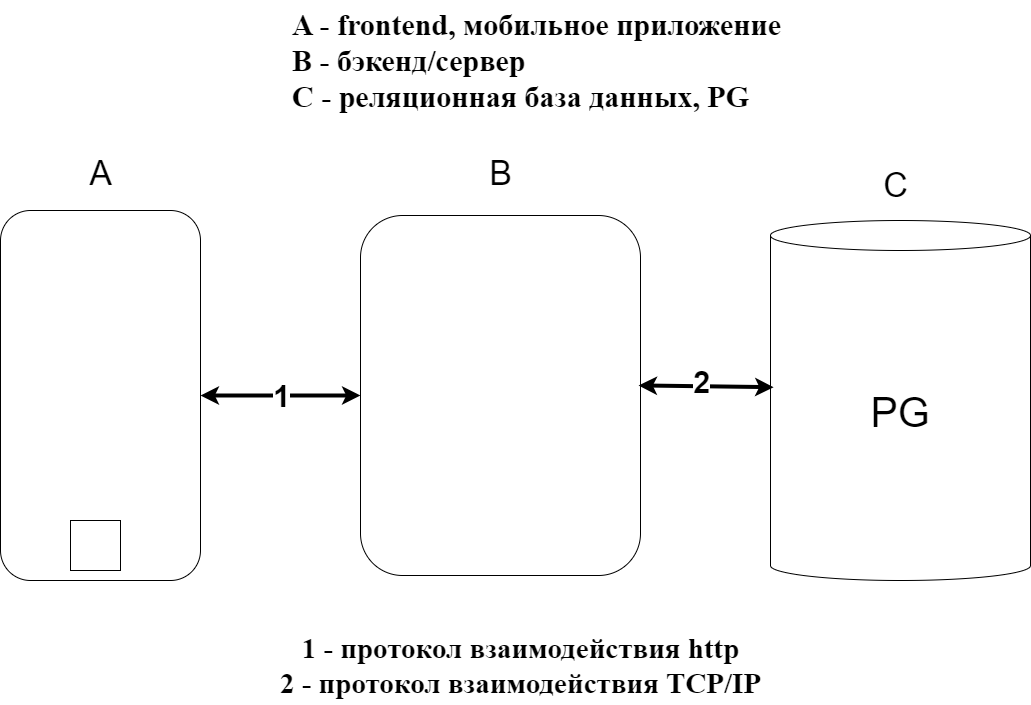
abdullahproff/BSA21_1 keeps this draw.io diagram as Mukhametyanova_Nargiza/Architecture/Architecture.png. Above is the earlier version. Source tidied: cells renumbered, new cells last; positions are measured from the earlier drawing's top-left corner, leaving out a move shared by most shapes.
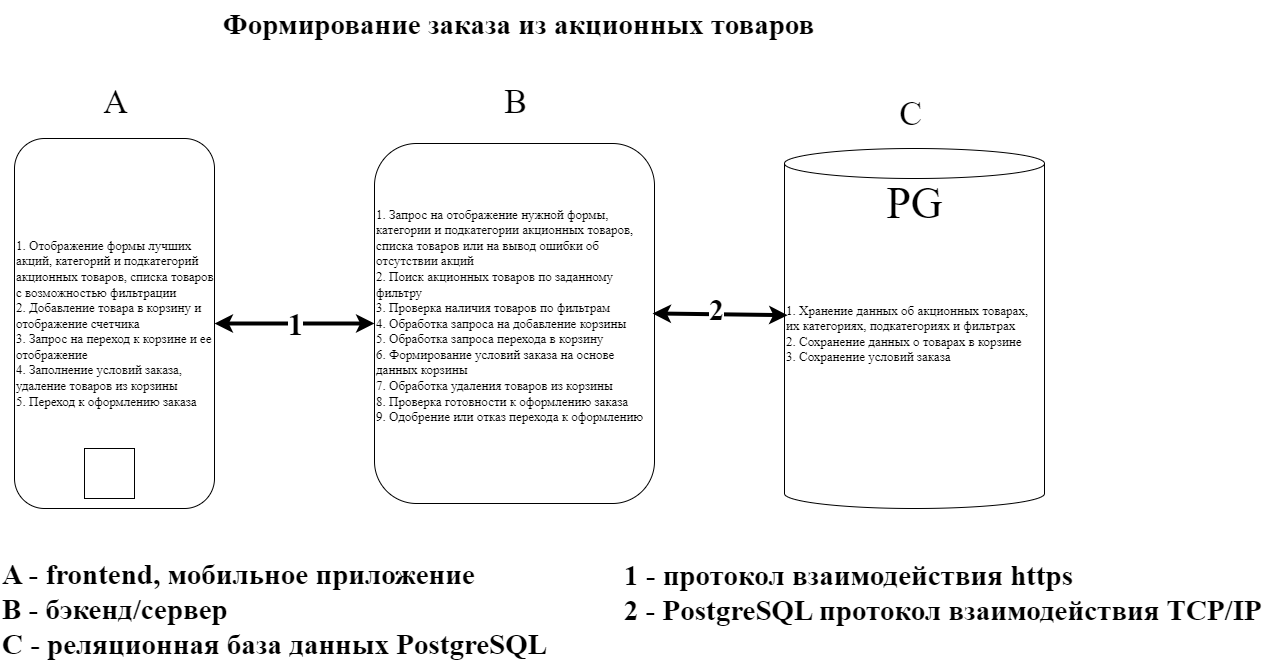
The same diagram one commit later.

Commit message:
Architecture approved

What changed in the source:
```diff
@@ -2,28 +2,28 @@
   <root>
     <mxCell id="0" style="html=1;" />
     <mxCell id="1" style="html=1;" parent="0" />
-    <mxCell id="2" style="rounded=1;whiteSpace=wrap;html=1;" parent="1" vertex="1">
+    <mxCell id="2" value="&lt;font face=&quot;Times New Roman&quot; style=&quot;font-size: 13px;&quot;&gt;1. Отображение формы лучших акций, категорий и подкатегорий акционных товаров, списка товаров с возможностью фильтрации&lt;/font&gt;&lt;div&gt;&lt;font face=&quot;Times New Roman&quot; style=&quot;font-size: 13px;&quot;&gt;2. Добавление товара в корзину и отображение счетчика&lt;/font&gt;&lt;/div&gt;&lt;div&gt;&lt;font face=&quot;Times New Roman&quot; style=&quot;font-size: 13px;&quot;&gt;3. Запрос на переход к корзине и ее отображение&lt;/font&gt;&lt;/div&gt;&lt;div&gt;&lt;font face=&quot;Times New Roman&quot; style=&quot;font-size: 13px;&quot;&gt;4. Заполнение условий заказа, удаление товаров из корзины&lt;/font&gt;&lt;/div&gt;&lt;div&gt;&lt;font face=&quot;Times New Roman&quot; style=&quot;font-size: 13px;&quot;&gt;5. Переход к оформлению заказа&lt;/font&gt;&lt;/div&gt;" style="rounded=1;whiteSpace=wrap;html=1;align=left;" parent="1" vertex="1">
       <mxGeometry y="210" width="200" height="370" as="geometry" />
     </mxCell>
-    <mxCell id="3" style="rounded=1;whiteSpace=wrap;html=1;" parent="1" vertex="1">
+    <mxCell id="3" value="&lt;font style=&quot;font-size: 13px;&quot; face=&quot;Times New Roman&quot;&gt;1. Запрос на отображение нужной формы, категории и подкатегории акционных товаров, списка товаров или на вывод ошибки об отсутствии акций&lt;/font&gt;&lt;div style=&quot;font-size: 13px;&quot;&gt;&lt;font style=&quot;font-size: 13px;&quot; face=&quot;Times New Roman&quot;&gt;2. Поиск акционных товаров по заданному фильтру&lt;/font&gt;&lt;/div&gt;&lt;div style=&quot;font-size: 13px;&quot;&gt;&lt;font style=&quot;font-size: 13px;&quot; face=&quot;Times New Roman&quot;&gt;3. Проверка наличия товаров по фильтрам&lt;/font&gt;&lt;/div&gt;&lt;div style=&quot;font-size: 13px;&quot;&gt;&lt;font style=&quot;font-size: 13px;&quot; face=&quot;Times New Roman&quot;&gt;4. Обработка запроса на добавление корзины&lt;/font&gt;&lt;/div&gt;&lt;div style=&quot;font-size: 13px;&quot;&gt;&lt;font style=&quot;font-size: 13px;&quot; face=&quot;Times New Roman&quot;&gt;5. Обработка запроса перехода в корзину&amp;nbsp;&lt;/font&gt;&lt;/div&gt;&lt;div style=&quot;font-size: 13px;&quot;&gt;&lt;font style=&quot;font-size: 13px;&quot; face=&quot;Times New Roman&quot;&gt;6. Формирование условий заказа на основе данных корзины&lt;/font&gt;&lt;/div&gt;&lt;div style=&quot;font-size: 13px;&quot;&gt;&lt;font style=&quot;font-size: 13px;&quot; face=&quot;Times New Roman&quot;&gt;7. Обработка удаления товаров из корзины&lt;/font&gt;&lt;/div&gt;&lt;div style=&quot;font-size: 13px;&quot;&gt;&lt;font style=&quot;font-size: 13px;&quot; face=&quot;Times New Roman&quot;&gt;8. Проверка готовности к оформлению заказа&lt;/font&gt;&lt;/div&gt;&lt;div style=&quot;font-size: 13px;&quot;&gt;&lt;font style=&quot;font-size: 13px;&quot; face=&quot;Times New Roman&quot;&gt;9. Одобрение или отказ перехода к оформлению&lt;br&gt;&lt;/font&gt;&lt;div&gt;&lt;br&gt;&lt;/div&gt;&lt;/div&gt;" style="rounded=1;whiteSpace=wrap;html=1;align=left;" parent="1" vertex="1">
       <mxGeometry x="360" y="215" width="280" height="360" as="geometry" />
     </mxCell>
-    <mxCell id="4" value="&lt;font style=&quot;font-size: 41px;&quot;&gt;PG&lt;/font&gt;" style="shape=cylinder3;whiteSpace=wrap;html=1;boundedLbl=1;backgroundOutline=1;size=15;" parent="1" vertex="1">
+    <mxCell id="4" value="&lt;font style=&quot;font-size: 13px;&quot; face=&quot;Times New Roman&quot;&gt;1. Хранение данных об акционных товарах, их категориях, подкатегориях и фильтрах&lt;/font&gt;&lt;div style=&quot;font-size: 13px;&quot;&gt;&lt;font face=&quot;iy6kp83bROatx9XoBOjP&quot;&gt;2. Сохранение данных о товарах в корзине&lt;/font&gt;&lt;/div&gt;&lt;div style=&quot;font-size: 13px;&quot;&gt;&lt;font face=&quot;iy6kp83bROatx9XoBOjP&quot;&gt;3. Сохранение условий заказа&lt;/font&gt;&lt;/div&gt;&lt;div style=&quot;font-size: 13px;&quot;&gt;&lt;br&gt;&lt;/div&gt;" style="shape=cylinder3;whiteSpace=wrap;html=1;boundedLbl=1;backgroundOutline=1;size=15;align=left;" parent="1" vertex="1">
       <mxGeometry x="770" y="220" width="260" height="360" as="geometry" />
     </mxCell>
-    <mxCell id="5" value="&lt;font style=&quot;font-size: 34px;&quot;&gt;A&lt;/font&gt;" style="text;html=1;align=center;verticalAlign=middle;strokeColor=none;fillColor=none;" parent="1" vertex="1">
-      <mxGeometry x="75" y="148" width="50" height="50" as="geometry" />
+    <mxCell id="5" value="&lt;font face=&quot;Times New Roman&quot; style=&quot;font-size: 34px;&quot;&gt;A&lt;/font&gt;" style="text;html=1;align=center;verticalAlign=middle;strokeColor=none;fillColor=none;" parent="1" vertex="1">
+      <mxGeometry x="79" y="147" width="43" height="53" as="geometry" />
     </mxCell>
-    <mxCell id="6" value="&lt;font style=&quot;font-size: 34px;&quot;&gt;B&lt;/font&gt;" style="text;html=1;align=center;verticalAlign=middle;strokeColor=none;fillColor=none;" parent="1" vertex="1">
-      <mxGeometry x="475" y="148" width="50" height="50" as="geometry" />
+    <mxCell id="6" value="&lt;font face=&quot;Times New Roman&quot; style=&quot;font-size: 34px;&quot;&gt;B&lt;/font&gt;" style="text;html=1;align=center;verticalAlign=middle;strokeColor=none;fillColor=none;" parent="1" vertex="1">
+      <mxGeometry x="480" y="147" width="41" height="53" as="geometry" />
     </mxCell>
-    <mxCell id="7" value="&lt;font style=&quot;font-size: 34px;&quot;&gt;C&lt;/font&gt;" style="text;html=1;align=center;verticalAlign=middle;strokeColor=none;fillColor=none;" parent="1" vertex="1">
-      <mxGeometry x="870" y="160" width="50" height="50" as="geometry" />
+    <mxCell id="7" value="&lt;font face=&quot;Times New Roman&quot; style=&quot;font-size: 34px;&quot;&gt;C&lt;/font&gt;" style="text;html=1;align=center;verticalAlign=middle;strokeColor=none;fillColor=none;" parent="1" vertex="1">
+      <mxGeometry x="875" y="159" width="41" height="53" as="geometry" />
     </mxCell>
     <mxCell id="8" style="endArrow=classic;startArrow=classic;html=1;rounded=0;exitX=1;exitY=0.5;exitDx=0;exitDy=0;entryX=0;entryY=0.5;entryDx=0;entryDy=0;strokeWidth=4;" parent="1" edge="1" source="2" target="3">
       <mxGeometry relative="1" as="geometry" />
     </mxCell>
-    <mxCell id="9" value="&lt;font style=&quot;font-size: 31px;&quot;&gt;&lt;b&gt;1&lt;/b&gt;&lt;/font&gt;" style="edgeLabel;html=1;align=center;verticalAlign=middle;" parent="8" vertex="1">
+    <mxCell id="9" value="&lt;font style=&quot;font-size: 31px;&quot;&gt;&lt;b&gt;1&lt;/b&gt;&lt;/font&gt;" style="edgeLabel;html=1;align=center;verticalAlign=middle;fontFamily=Times New Roman;" parent="8" vertex="1">
       <mxGeometry x="0.05" y="1" relative="1" as="geometry">
         <mxPoint x="-4" y="1" as="offset" />
       </mxGeometry>
@@ -31,7 +31,7 @@
     <mxCell id="10" style="endArrow=classic;startArrow=classic;html=1;rounded=0;entryX=0.012;entryY=0.463;entryDx=0;entryDy=0;entryPerimeter=0;strokeWidth=4;exitX=0.993;exitY=0.472;exitDx=0;exitDy=0;exitPerimeter=0;" parent="1" edge="1" source="3" target="4">
       <mxGeometry relative="1" as="geometry" />
     </mxCell>
-    <mxCell id="11" value="&lt;font size=&quot;1&quot; style=&quot;&quot;&gt;&lt;b style=&quot;font-size: 30px;&quot;&gt;2&lt;/b&gt;&lt;/font&gt;" style="edgeLabel;html=1;align=center;verticalAlign=middle;" parent="10" vertex="1">
+    <mxCell id="11" value="&lt;font style=&quot;&quot; size=&quot;1&quot;&gt;&lt;b style=&quot;font-size: 30px;&quot;&gt;2&lt;/b&gt;&lt;/font&gt;" style="edgeLabel;html=1;align=center;verticalAlign=middle;fontFamily=Times New Roman;" parent="10" vertex="1">
       <mxGeometry x="0.14" y="-2" relative="1" as="geometry">
         <mxPoint x="-14" y="-7" as="offset" />
       </mxGeometry>
@@ -39,11 +39,17 @@
     <mxCell id="12" style="whiteSpace=wrap;html=1;" parent="1" vertex="1">
       <mxGeometry x="70" y="520" width="50" height="50" as="geometry" />
     </mxCell>
-    <mxCell id="13" value="&lt;font face=&quot;Times New Roman&quot; style=&quot;font-size: 30px;&quot;&gt;&lt;b&gt;A - frontend, мобильное приложение&lt;/b&gt;&lt;/font&gt;&lt;div style=&quot;font-size: 30px;&quot;&gt;&lt;font face=&quot;aw40Hw0C_Zgaz-Kg1HYq&quot; style=&quot;font-size: 30px;&quot;&gt;&lt;b&gt;B - бэкенд/сервер&lt;/b&gt;&lt;/font&gt;&lt;/div&gt;&lt;div style=&quot;font-size: 30px;&quot;&gt;&lt;font face=&quot;aw40Hw0C_Zgaz-Kg1HYq&quot; style=&quot;font-size: 30px;&quot;&gt;&lt;b&gt;С - реляционная база данных, PG&lt;/b&gt;&lt;/font&gt;&lt;/div&gt;" style="text;html=1;align=left;verticalAlign=middle;strokeColor=none;fillColor=none;" parent="1" vertex="1">
-      <mxGeometry x="290" width="510" height="120" as="geometry" />
+    <mxCell id="13" value="&lt;font face=&quot;Times New Roman&quot; style=&quot;font-size: 29px;&quot;&gt;&lt;b style=&quot;&quot;&gt;A - frontend, мобильное приложение&lt;/b&gt;&lt;/font&gt;&lt;div style=&quot;font-size: 29px;&quot;&gt;&lt;font face=&quot;JWFbZ90biR_1YbXz2f2_&quot; style=&quot;font-size: 29px;&quot;&gt;&lt;b&gt;B - бэкенд/сервер&lt;/b&gt;&lt;/font&gt;&lt;/div&gt;&lt;div style=&quot;font-size: 29px;&quot;&gt;&lt;font face=&quot;JWFbZ90biR_1YbXz2f2_&quot; style=&quot;font-size: 29px;&quot;&gt;&lt;b style=&quot;&quot;&gt;С - реляционная база данных PostgreSQL&lt;/b&gt;&lt;/font&gt;&lt;/div&gt;" style="text;html=1;align=left;verticalAlign=middle;strokeColor=none;fillColor=none;" parent="1" vertex="1">
+      <mxGeometry x="-14" y="623" width="563" height="116" as="geometry" />
     </mxCell>
-    <mxCell id="14" value="&lt;font size=&quot;1&quot; face=&quot;Times New Roman&quot; style=&quot;&quot;&gt;&lt;b style=&quot;font-size: 29px;&quot;&gt;1 - протокол взаимодействия http&lt;/b&gt;&lt;/font&gt;&lt;div&gt;&lt;font size=&quot;1&quot; face=&quot;Times New Roman&quot; style=&quot;&quot;&gt;&lt;b style=&quot;font-size: 29px;&quot;&gt;2 - протокол взаимодействия TCP/IP&lt;/b&gt;&lt;/font&gt;&lt;/div&gt;" style="text;html=1;align=center;verticalAlign=middle;strokeColor=none;fillColor=none;" parent="1" vertex="1">
-      <mxGeometry x="270" y="625" width="500" height="80" as="geometry" />
+    <mxCell id="14" value="&lt;font size=&quot;1&quot; face=&quot;Times New Roman&quot; style=&quot;&quot;&gt;&lt;b style=&quot;font-size: 29px;&quot;&gt;1 - протокол взаимодействия https&lt;/b&gt;&lt;/font&gt;&lt;div&gt;&lt;font size=&quot;1&quot; face=&quot;Times New Roman&quot; style=&quot;&quot;&gt;&lt;b style=&quot;font-size: 29px;&quot;&gt;&amp;nbsp; &amp;nbsp; &amp;nbsp; &amp;nbsp; &amp;nbsp; &amp;nbsp; &amp;nbsp; &amp;nbsp; &amp;nbsp; &amp;nbsp; &amp;nbsp; &amp;nbsp; &amp;nbsp; 2 - PostgreSQL протокол взаимодействия TCP/IP&lt;/b&gt;&lt;/font&gt;&lt;/div&gt;" style="text;html=1;align=center;verticalAlign=middle;strokeColor=none;fillColor=none;" parent="1" vertex="1">
+      <mxGeometry x="412" y="623" width="844" height="82" as="geometry" />
     </mxCell>
+    <mxCell id="15" value="&lt;font face=&quot;Times New Roman&quot; style=&quot;font-size: 29px;&quot;&gt;&lt;b&gt;Формирование заказа из акционных товаров&lt;/b&gt;&lt;/font&gt;" style="text;html=1;align=center;verticalAlign=middle;strokeColor=none;fillColor=none;" parent="1" vertex="1">
+      <mxGeometry x="199" y="72" width="609" height="47" as="geometry" />
+    </mxCell>
+    <mxCell id="16" value="&lt;span style=&quot;font-family: &amp;quot;Times New Roman&amp;quot;; font-size: 44px; text-wrap: wrap;&quot;&gt;PG&lt;/span&gt;" style="text;html=1;align=center;verticalAlign=middle;strokeColor=none;fillColor=none;" parent="1" vertex="1">
+      <mxGeometry x="863" y="243" width="74" height="65" as="geometry" />
+    </mxCell>
   </root>
 </mxGraphModel>
```
